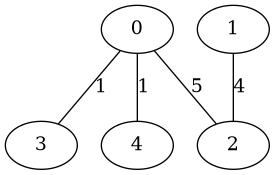
arthuralvesr/Tpa keeps this Graphviz diagram as grafoAGM.png. Above is the earlier version. Its source is kept beside it as grafoAGM.dot. Source of this version:
```dot
graph GrafoAGM {
	0;
	1;
	2;
	3;
	4;
	0 -- 3 [label=1, weight=1];
	0 -- 4 [label=1, weight=1];
	0 -- 2 [label=5, weight=5];
	1 -- 2 [label=4, weight=4];
}
```
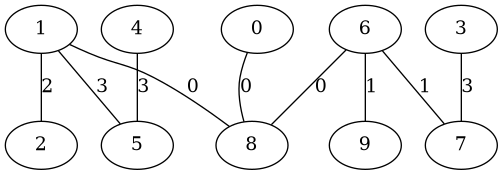
Later version of the same file.

Diff of the diagram source:
```diff
@@ -4,8 +4,18 @@
 	2;
 	3;
 	4;
-	0 -- 3 [label=1, weight=1];
-	0 -- 4 [label=1, weight=1];
-	0 -- 2 [label=5, weight=5];
-	1 -- 2 [label=4, weight=4];
+	5;
+	6;
+	7;
+	8;
+	9;
+	0 -- 8 [label=0, weight=0];
+	1 -- 8 [label=0, weight=0];
+	1 -- 2 [label=2, weight=2];
+	1 -- 5 [label=3, weight=3];
+	3 -- 7 [label=3, weight=3];
+	4 -- 5 [label=3, weight=3];
+	6 -- 8 [label=0, weight=0];
+	6 -- 7 [label=1, weight=1];
+	6 -- 9 [label=1, weight=1];
 }
```
